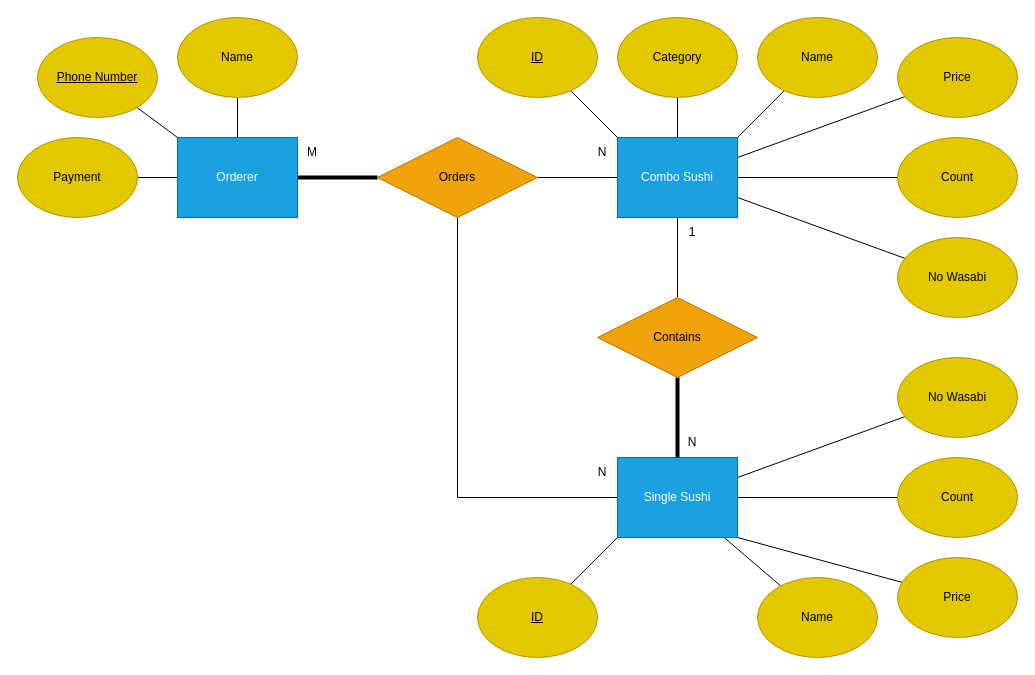
This is tasks/db_modelling_1/task_1/diagram.dio from MrSung/praha_challenge, a draw.io file, before an edit. Source tidied: cells renumbered, new cells numbered last; positions are measured from the earlier drawing's top-left corner, leaving out a move shared by most shapes. Both pictures are drawn from the tidied source at 100%, with x=0, y=0 at pixel (17, 17).
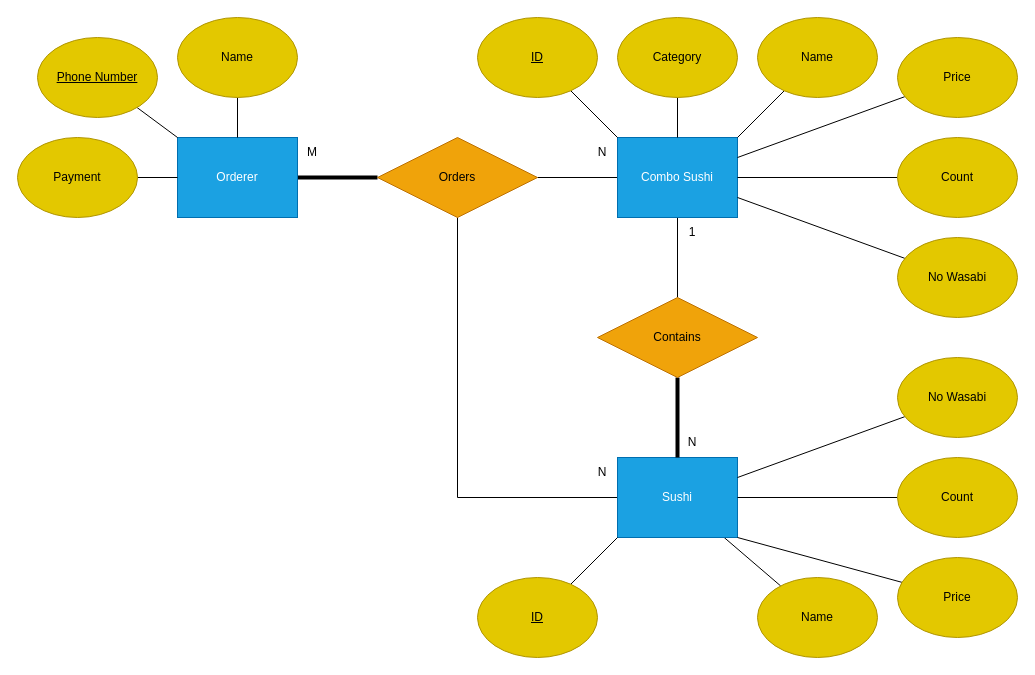
The same page after the edit.

Diff of the diagram source:
```diff
@@
-    <mxCell id="18" value="Single Sushi" style="rounded=0;whiteSpace=wrap;html=1;fillColor=#1ba1e2;fontColor=#ffffff;strokeColor=#006EAF;" parent="1" vertex="1">
+    <mxCell id="18" value="Sushi" style="rounded=0;whiteSpace=wrap;html=1;fillColor=#1ba1e2;fontColor=#ffffff;strokeColor=#006EAF;" parent="1" vertex="1">
       <mxGeometry x="600" y="440" width="120" height="80" as="geometry" />
     </mxCell>
```
